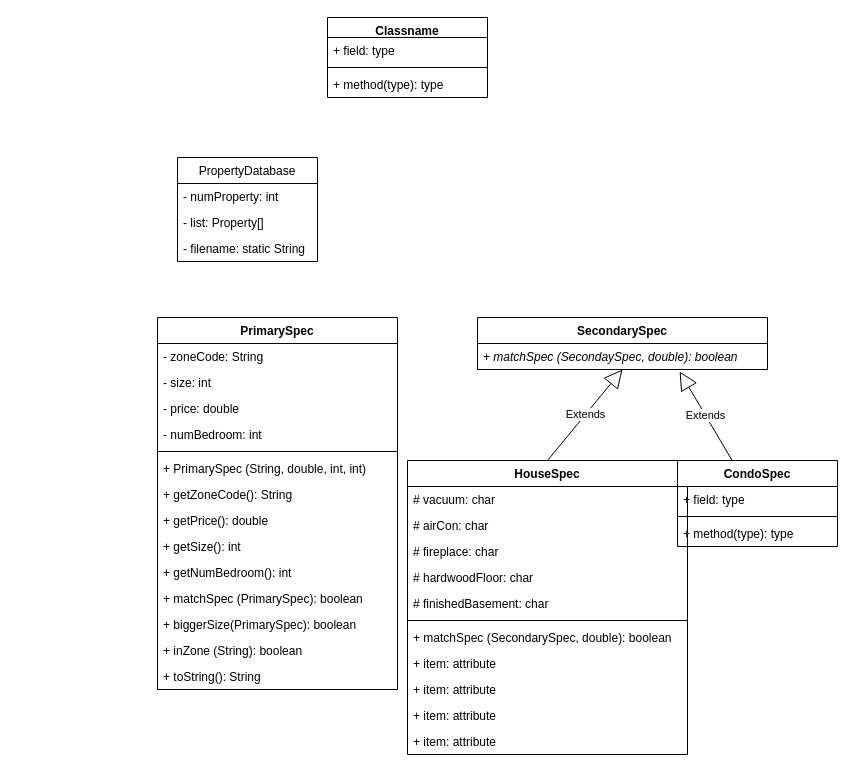
Above: OOP/RealtyDatabase/RealtyDatabase.drawio in wang-owen/ICS4U (draw.io), before the change. Source tidied: cells renumbered, new cells numbered last; positions are measured from the earlier drawing's top-left corner, leaving out a move shared by most shapes. Both pictures are drawn from the tidied source at 100%, with x=0, y=0 at pixel (157, 17).
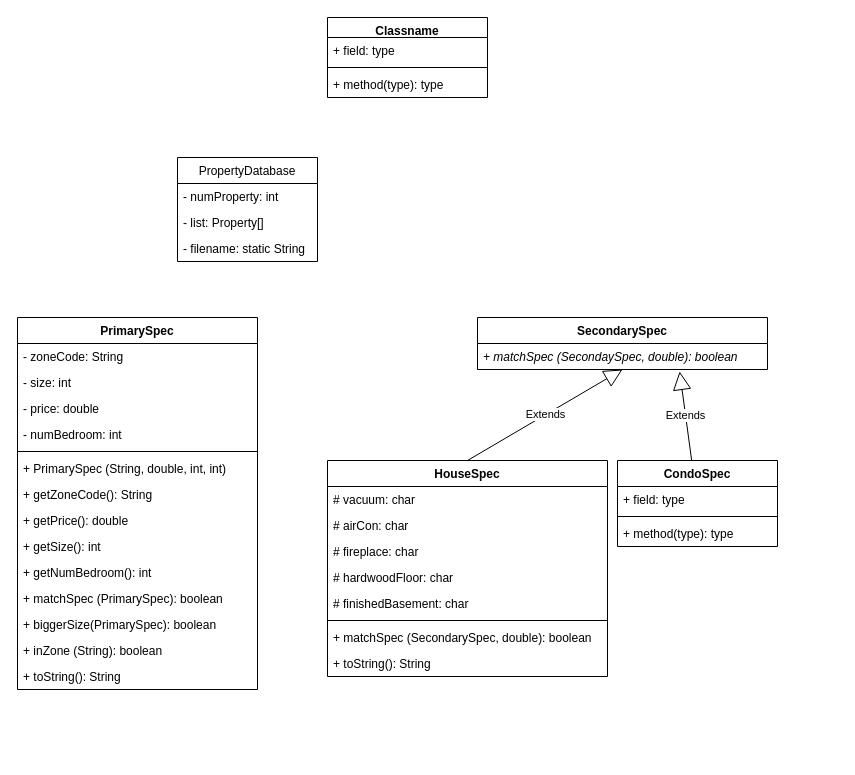
Above is the later version.

Commit message:
Owen is bald

The edit, as a diff of the source:
```diff
@@
     <mxCell id="2" value="PrimarySpec" style="swimlane;fontStyle=1;align=center;verticalAlign=top;horizontal=1;startSize=26;" parent="1" vertex="1">
-      <mxGeometry y="300" width="240" height="372" as="geometry" />
+      <mxGeometry x="-140" y="300" width="240" height="372" as="geometry" />
     </mxCell>
@@
     <mxCell id="27" value="HouseSpec" style="swimlane;fontStyle=1;align=center;verticalAlign=top;horizontal=1;startSize=26;" parent="1" vertex="1">
-      <mxGeometry x="250" y="443" width="280" height="294" as="geometry" />
+      <mxGeometry x="170" y="443" width="280" height="216" as="geometry" />
     </mxCell>
@@
-    <mxCell id="35" value="+ item: attribute" style="text;strokeColor=none;fillColor=none;align=left;verticalAlign=top;spacingLeft=4;spacingRight=4;overflow=hidden;" parent="27" vertex="1">
+    <mxCell id="35" value="+ toString(): String" style="text;strokeColor=none;fillColor=none;align=left;verticalAlign=top;spacingLeft=4;spacingRight=4;overflow=hidden;" parent="27" vertex="1">
       <mxGeometry y="190" width="280" height="26" as="geometry" />
     </mxCell>
-    <mxCell id="36" value="+ item: attribute" style="text;strokeColor=none;fillColor=none;align=left;verticalAlign=top;spacingLeft=4;spacingRight=4;overflow=hidden;" parent="27" vertex="1">
-      <mxGeometry y="216" width="280" height="26" as="geometry" />
-    </mxCell>
-    <mxCell id="37" value="+ item: attribute" style="text;strokeColor=none;fillColor=none;align=left;verticalAlign=top;spacingLeft=4;spacingRight=4;overflow=hidden;" parent="27" vertex="1">
-      <mxGeometry y="242" width="280" height="26" as="geometry" />
-    </mxCell>
-    <mxCell id="38" value="+ item: attribute" style="text;strokeColor=none;fillColor=none;align=left;verticalAlign=top;spacingLeft=4;spacingRight=4;overflow=hidden;" parent="27" vertex="1">
-      <mxGeometry y="268" width="280" height="26" as="geometry" />
-    </mxCell>
@@
     <mxCell id="40" value="CondoSpec" style="swimlane;fontStyle=1;align=center;verticalAlign=top;horizontal=1;startSize=26;" parent="1" vertex="1">
-      <mxGeometry x="520" y="443" width="160" height="86" as="geometry" />
+      <mxGeometry x="460" y="443" width="160" height="86" as="geometry" />
     </mxCell>
```
